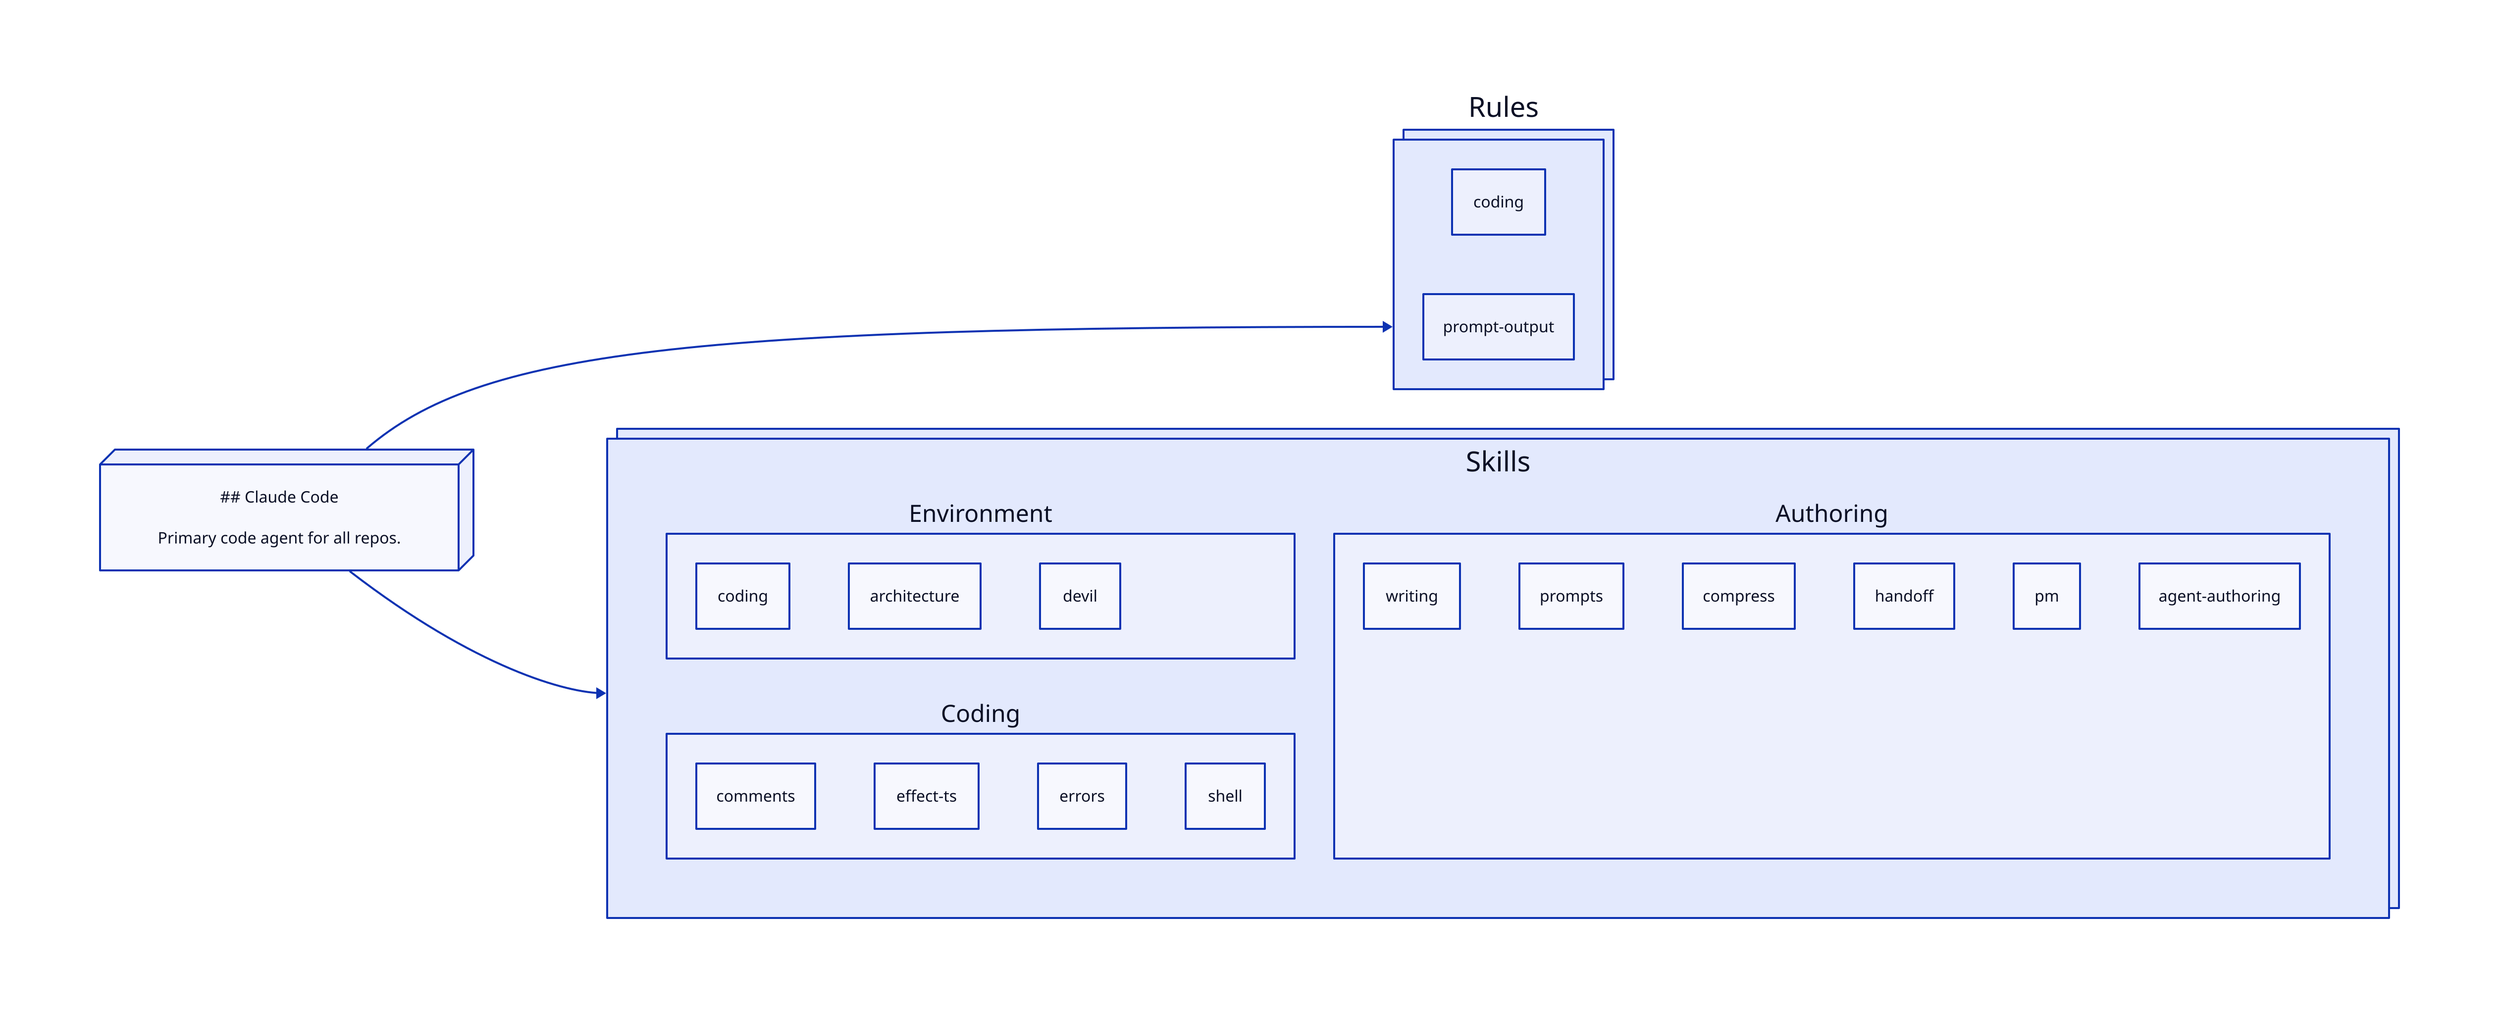
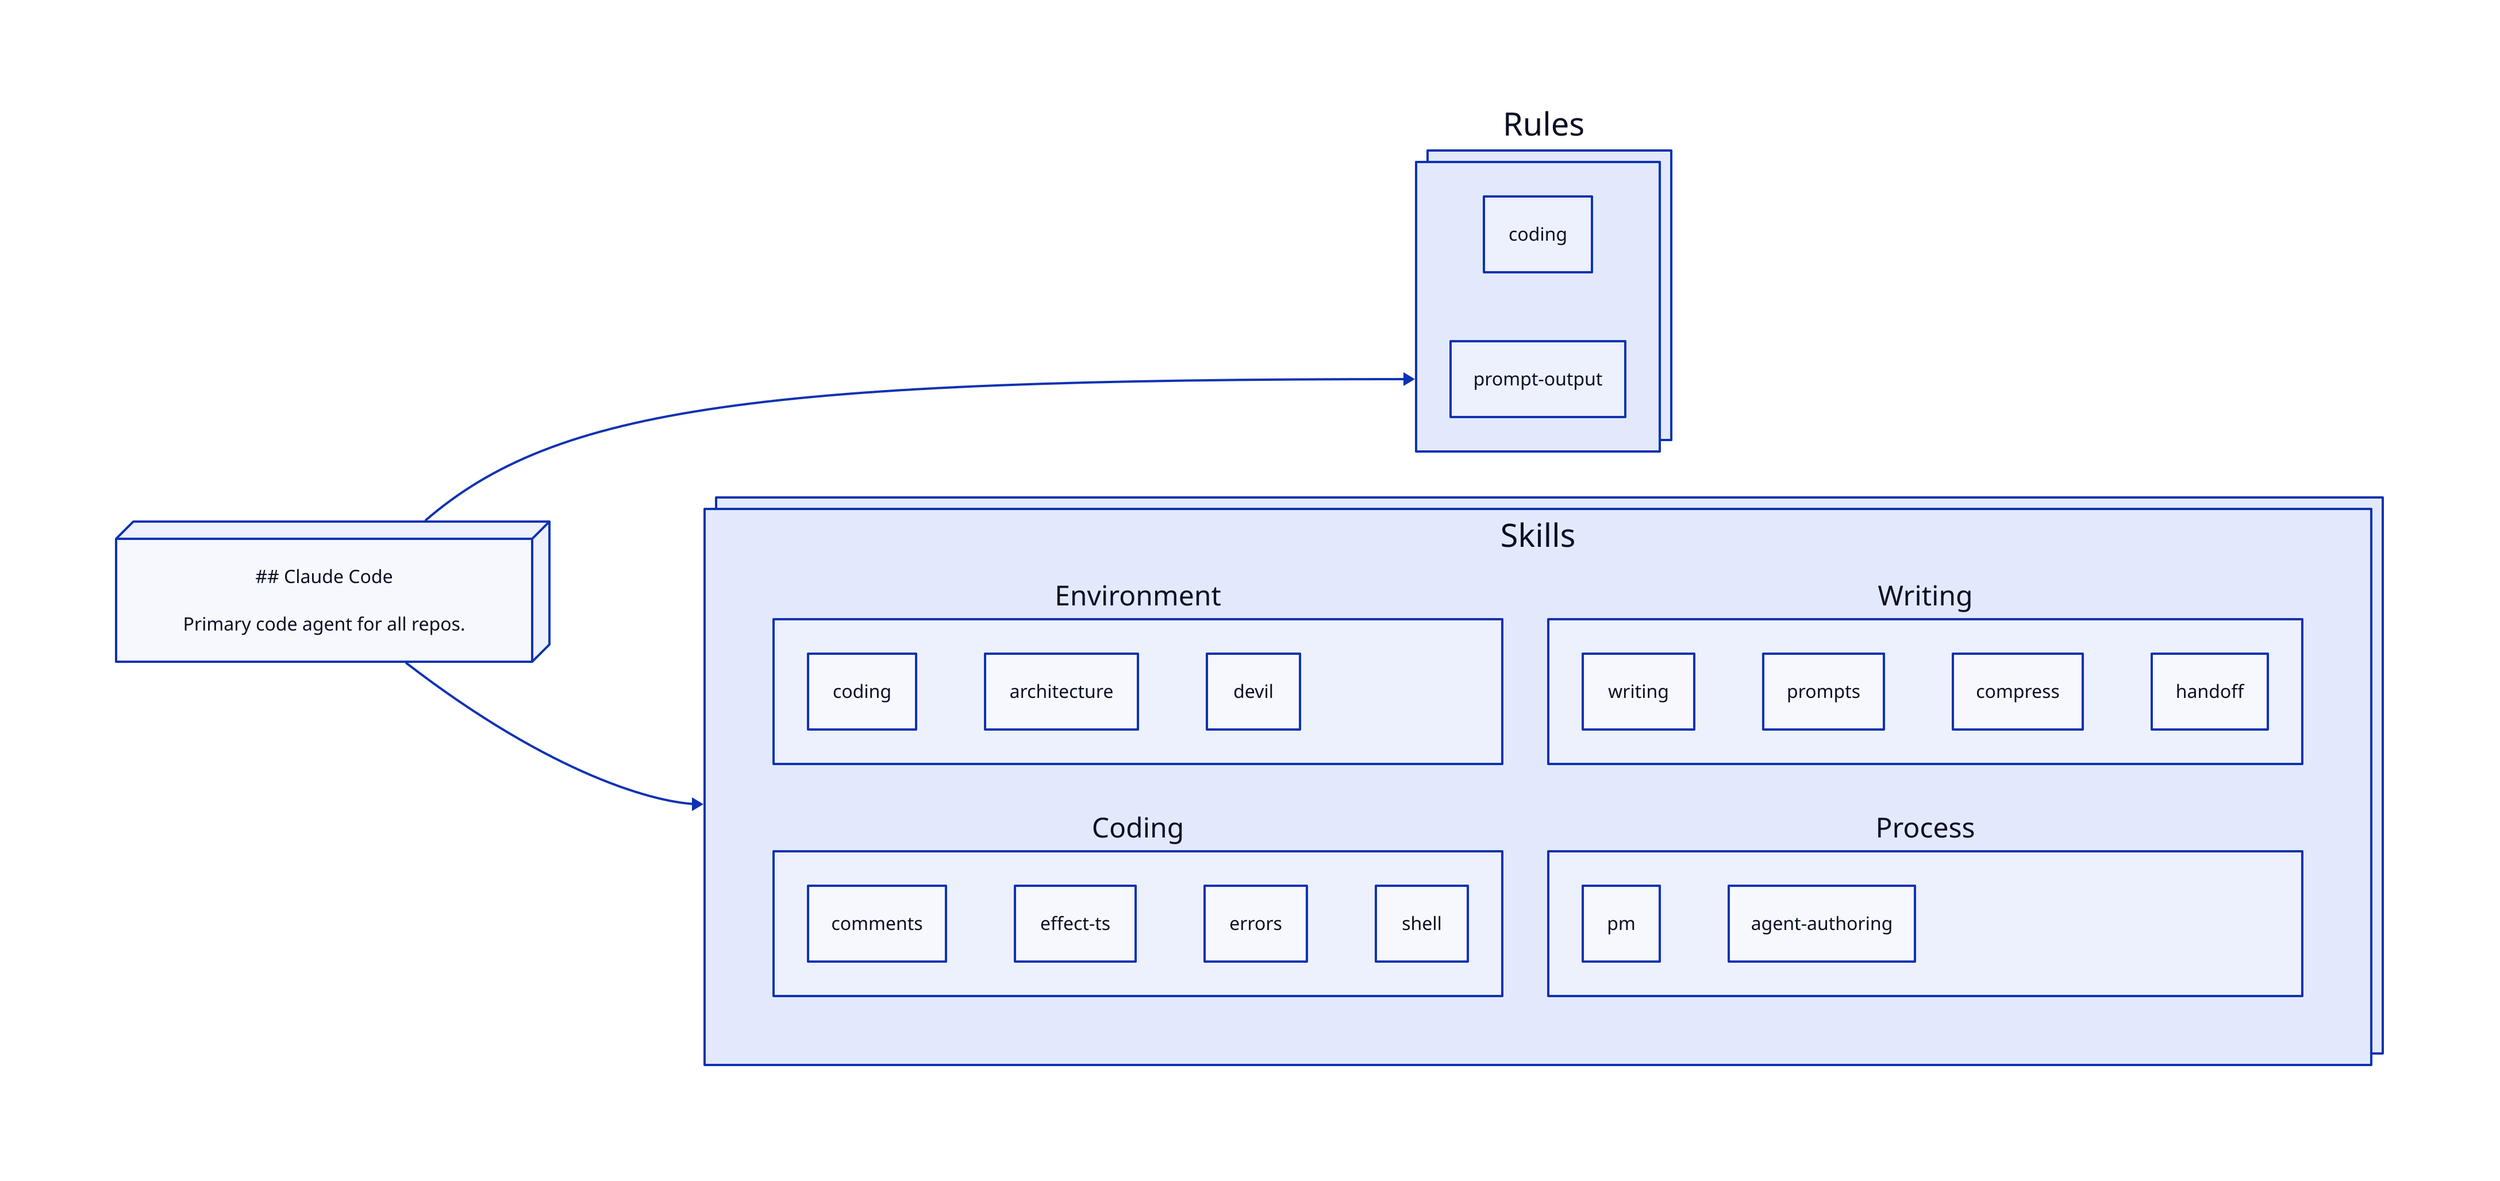
direction: right

claude-code.shape: rectangle
claude-code.style.3d: true
claude-code: |md
  ## Claude Code

  Primary code agent for all repos.
|

rules: {
  label: Rules
  style.multiple: true

  coding
  prompt-output
}

skills: {
  label: Skills
  style.multiple: true
  grid-columns: 2

  env: {
    label: Environment
    coding
    architecture
    devil
  }

  coding-topic: {
    label: Coding
    comments
    effect-ts
    errors
    shell
  }

-   authoring: {
-     label: Authoring
+   writing: {
+     label: Writing
    writing
    prompts
    compress
    handoff
+   }
+ 
+   process: {
+     label: Process
    pm
    agent-authoring
  }
}

claude-code -> rules
claude-code -> skills
